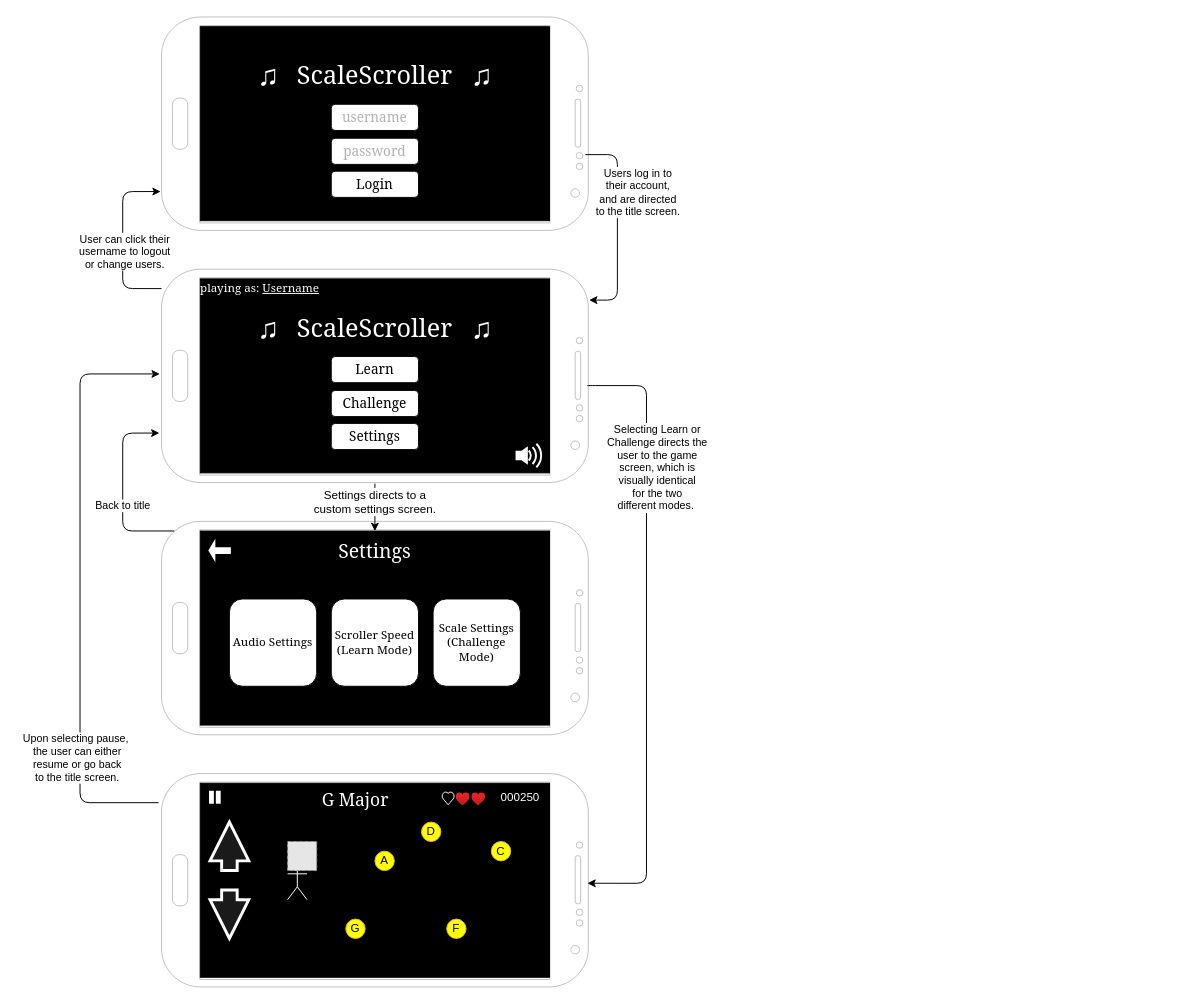
lsteiner9/ScaleScroller keeps this draw.io diagram as docs/work/wireframe.drawio. Above is the earlier version. Source tidied: cells renumbered, new cells numbered last; positions are measured from the earlier drawing's top-left corner, leaving out a move shared by most shapes. Both pictures are drawn from the tidied source at 97%, with x=0, y=0 at pixel (80, 16). Pictures stored in the file or linked from it are replaced by grey dashed boxes.
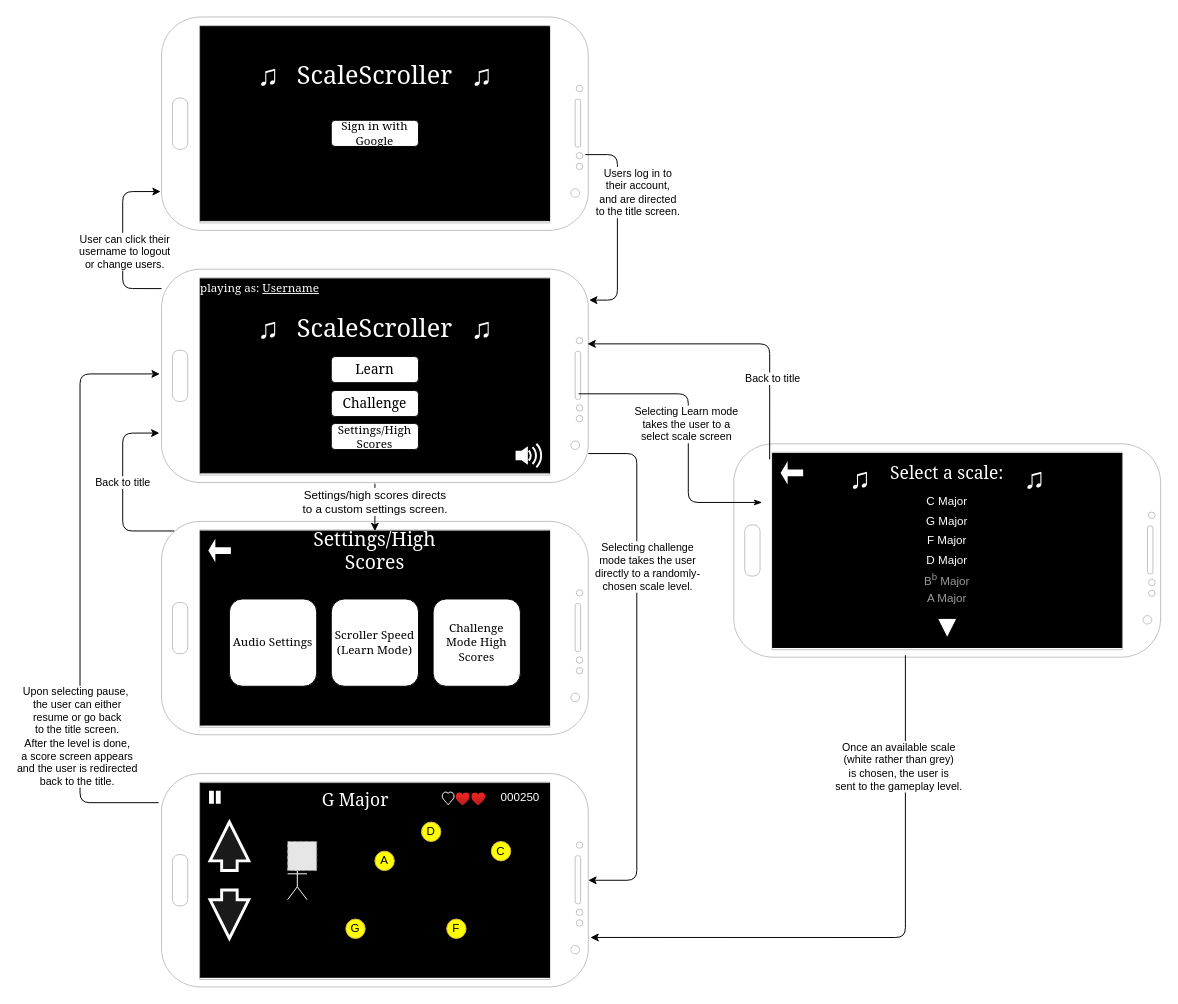
The same diagram, later.

The change refers to these unchanged cells:
```xml
<mxCell id="2" style="group;" parent="1" vertex="1">
  <mxGeometry x="84" y="260" width="440" height="220" as="geometry" />
</mxCell>
<mxCell id="3" style="verticalLabelPosition=bottom;verticalAlign=top;html=1;shadow=0;dashed=0;strokeWidth=1;shape=mxgraph.android.phone2;strokeColor=#c0c0c0;direction=south;" parent="2" vertex="1">
  <mxGeometry width="440" height="220" as="geometry" />
</mxCell>
<mxCell id="17" style="group;" parent="16" vertex="1">
  <mxGeometry width="440" height="220" as="geometry" />
</mxCell>
<mxCell id="26" style="verticalLabelPosition=bottom;verticalAlign=top;html=1;shadow=0;dashed=0;strokeWidth=1;shape=mxgraph.android.phone2;strokeColor=#c0c0c0;direction=south;" parent="25" vertex="1">
  <mxGeometry width="440" height="220" as="geometry" />
</mxCell>
<mxCell id="50" style="group;" parent="48" vertex="1">
  <mxGeometry x="40" y="10" width="360" height="200" as="geometry" />
</mxCell>
<mxCell id="63" style="fontSize=12;html=1;endArrow=none;endFill=0;entryX=0.045;entryY=0.97;entryDx=0;entryDy=0;entryPerimeter=0;edgeStyle=orthogonalEdgeStyle;exitX=0.768;exitY=1.005;exitDx=0;exitDy=0;exitPerimeter=0;startArrow=classic;startFill=1;" parent="1" edge="1" source="3" target="18">
  <mxGeometry relative="1" as="geometry">
    <Array as="points">
      <mxPoint x="44" y="429" />
      <mxPoint x="44" y="530" />
    </Array>
  </mxGeometry>
</mxCell>
<mxCell id="66" style="edgeStyle=orthogonalEdgeStyle;fontSize=12;html=1;endArrow=none;endFill=0;exitX=0.491;exitY=0.995;exitDx=0;exitDy=0;exitPerimeter=0;startArrow=classic;startFill=1;" parent="1" edge="1">
  <mxGeometry relative="1" as="geometry">
    <mxPoint x="82.2" y="368" as="sourcePoint" />
    <mxPoint x="81" y="810" as="targetPoint" />
    <Array as="points">
      <mxPoint y="368" />
      <mxPoint y="810" />
    </Array>
  </mxGeometry>
</mxCell>
```

Diff of the diagram source:
```diff
@@
-    <mxCell id="13" value="&lt;font style=&quot;font-size: 14px&quot; face=&quot;Georgia&quot;&gt;Settings&lt;/font&gt;" style="text;html=1;strokeColor=none;fillColor=none;align=center;verticalAlign=middle;whiteSpace=wrap;rounded=0;" parent="2" vertex="1">
+    <mxCell id="13" value="&lt;font style=&quot;font-size: 12px&quot; face=&quot;Georgia&quot;&gt;Settings/High Scores&lt;/font&gt;" style="text;html=1;strokeColor=none;fillColor=none;align=center;verticalAlign=middle;whiteSpace=wrap;rounded=0;" parent="2" vertex="1">
       <mxGeometry x="170" y="162.5" width="100" height="20" as="geometry" />
     </mxCell>
@@
-    <mxCell id="20" value="&lt;font style=&quot;font-size: 20px&quot; color=&quot;#ffffff&quot; face=&quot;Georgia&quot;&gt;Settings&lt;/font&gt;" style="text;html=1;align=center;verticalAlign=middle;whiteSpace=wrap;rounded=0;" parent="17" vertex="1">
-      <mxGeometry x="140" y="10" width="160" height="40" as="geometry" />
+    <mxCell id="20" value="&lt;font style=&quot;font-size: 20px&quot; color=&quot;#ffffff&quot; face=&quot;Georgia&quot;&gt;Settings/High Scores&lt;/font&gt;" style="text;html=1;align=center;verticalAlign=middle;whiteSpace=wrap;rounded=0;" parent="17" vertex="1">
+      <mxGeometry x="125" y="10" width="190" height="40" as="geometry" />
     </mxCell>
@@
-    <mxCell id="22" value="&lt;span&gt;&lt;font face=&quot;Georgia&quot;&gt;Scale Settings (Challenge Mode)&lt;/font&gt;&lt;/span&gt;" style="rounded=1;whiteSpace=wrap;html=1;" parent="17" vertex="1">
+    <mxCell id="22" value="&lt;span&gt;&lt;font face=&quot;Georgia&quot;&gt;Challenge Mode High Scores&lt;/font&gt;&lt;/span&gt;" style="rounded=1;whiteSpace=wrap;html=1;" parent="17" vertex="1">
       <mxGeometry x="280" y="80" width="90" height="90" as="geometry" />
     </mxCell>
@@
-    <mxCell id="55" style="rounded=1;whiteSpace=wrap;html=1;" parent="50" vertex="1">
-      <mxGeometry x="135" y="80" width="90" height="27" as="geometry" />
-    </mxCell>
-    <mxCell id="56" style="rounded=1;whiteSpace=wrap;html=1;" parent="50" vertex="1">
-      <mxGeometry x="135" y="115" width="90" height="27" as="geometry" />
-    </mxCell>
     <mxCell id="57" style="rounded=1;whiteSpace=wrap;html=1;" parent="50" vertex="1">
-      <mxGeometry x="135" y="149" width="90" height="27" as="geometry" />
+      <mxGeometry x="135" y="96.5" width="90" height="27" as="geometry" />
     </mxCell>
-    <mxCell id="58" value="&lt;font style=&quot;font-size: 14px&quot; face=&quot;Georgia&quot; color=&quot;#b3b3b3&quot;&gt;username&lt;/font&gt;" style="text;html=1;strokeColor=none;fillColor=none;align=center;verticalAlign=middle;whiteSpace=wrap;rounded=0;" parent="50" vertex="1">
-      <mxGeometry x="130" y="83.5" width="100" height="20" as="geometry" />
-    </mxCell>
-    <mxCell id="59" value="&lt;font face=&quot;Georgia&quot; color=&quot;#b3b3b3&quot;&gt;&lt;span style=&quot;font-size: 14px&quot;&gt;password&lt;/span&gt;&lt;/font&gt;" style="text;html=1;strokeColor=none;fillColor=none;align=center;verticalAlign=middle;whiteSpace=wrap;rounded=0;" parent="50" vertex="1">
-      <mxGeometry x="130" y="118.5" width="100" height="20" as="geometry" />
-    </mxCell>
-    <mxCell id="60" value="&lt;font style=&quot;font-size: 14px&quot; face=&quot;Georgia&quot;&gt;Login&lt;/font&gt;" style="text;html=1;strokeColor=none;fillColor=none;align=center;verticalAlign=middle;whiteSpace=wrap;rounded=0;" parent="50" vertex="1">
-      <mxGeometry x="130" y="152.5" width="100" height="20" as="geometry" />
+    <mxCell id="60" value="&lt;font style=&quot;font-size: 12px&quot; face=&quot;Georgia&quot;&gt;Sign in with Google&lt;/font&gt;" style="text;html=1;strokeColor=none;fillColor=none;align=center;verticalAlign=middle;whiteSpace=wrap;rounded=0;" parent="50" vertex="1">
+      <mxGeometry x="130" y="100" width="100" height="20" as="geometry" />
     </mxCell>
@@
     <mxCell id="64" value="&lt;font color=&quot;#000000&quot;&gt;Back to title&lt;/font&gt;" style="edgeLabel;html=1;align=center;verticalAlign=middle;fontColor=#FFFFFF;" parent="63" vertex="1">
-      <mxGeometry x="0.17" y="-1" relative="1" as="geometry" />
+      <mxGeometry x="0.17" y="-1" relative="1" as="geometry">
+        <mxPoint y="-23.2" as="offset" />
+      </mxGeometry>
     </mxCell>
-    <mxCell id="65" value="Settings directs to a &lt;br&gt;custom settings screen." style="fontSize=12;html=1;endArrow=none;endFill=0;entryX=1.005;entryY=0.5;entryDx=0;entryDy=0;entryPerimeter=0;exitX=0.5;exitY=0;exitDx=0;exitDy=0;startArrow=classic;startFill=1;" parent="1" edge="1" source="20" target="3">
+    <mxCell id="65" value="Settings/high scores directs&lt;br&gt;to a custom settings screen." style="fontSize=12;html=1;endArrow=none;endFill=0;entryX=1.005;entryY=0.5;entryDx=0;entryDy=0;entryPerimeter=0;exitX=0.5;exitY=0;exitDx=0;exitDy=0;startArrow=classic;startFill=1;" parent="1" edge="1" source="20" target="3">
       <mxGeometry x="0.23" relative="1" as="geometry" />
     </mxCell>
@@
-    <mxCell id="67" value="&lt;font color=&quot;#000000&quot;&gt;Upon selecting pause,&amp;nbsp;&lt;br&gt;the user can either&lt;br&gt;resume or go back&lt;br&gt;to the title screen.&lt;br&gt;&lt;/font&gt;" style="edgeLabel;html=1;align=center;verticalAlign=middle;fontColor=#FFFFFF;" parent="66" vertex="1">
-      <mxGeometry x="0.58" y="-4" relative="1" as="geometry" />
+    <mxCell id="67" value="&lt;font color=&quot;#000000&quot;&gt;Upon selecting pause,&amp;nbsp;&lt;br&gt;the user can either&lt;br&gt;resume or go back&lt;br&gt;to the title screen.&lt;br&gt;After the level is done,&lt;br&gt;a score screen appears&lt;br&gt;and the user is redirected&lt;br&gt;back to the title.&lt;br&gt;&lt;/font&gt;" style="edgeLabel;html=1;align=center;verticalAlign=middle;fontColor=#FFFFFF;" parent="66" vertex="1">
+      <mxGeometry x="0.58" y="-4" relative="1" as="geometry">
+        <mxPoint y="-22.8" as="offset" />
+      </mxGeometry>
     </mxCell>
-    <mxCell id="68" style="edgeStyle=orthogonalEdgeStyle;fontSize=12;html=1;endArrow=classic;endFill=1;entryX=0.514;entryY=0.002;entryDx=0;entryDy=0;entryPerimeter=0;" parent="1" edge="1" target="26">
-      <mxGeometry relative="1" as="geometry">
-        <mxPoint x="523" y="380" as="sourcePoint" />
-        <Array as="points">
-          <mxPoint x="526" y="380" />
-          <mxPoint x="584" y="380" />
-          <mxPoint x="584" y="893" />
-        </Array>
-      </mxGeometry>
-    </mxCell>
-    <mxCell id="69" value="&lt;font color=&quot;#000000&quot;&gt;Selecting Learn or&lt;br&gt;Challenge directs the&lt;br&gt;user to the game&lt;br&gt;screen, which is &lt;br&gt;visually identical&lt;br&gt;for the two &lt;br&gt;different modes.&amp;nbsp;&lt;/font&gt;" style="edgeLabel;html=1;align=center;verticalAlign=middle;fontColor=#FFFFFF;" parent="68" vertex="1">
-      <mxGeometry x="-0.73" y="-3" relative="1" as="geometry">
-        <mxPoint x="13" y="59.2" as="offset" />
-      </mxGeometry>
-    </mxCell>
@@
+    <mxCell id="72" style="group;" parent="1" vertex="1">
+      <mxGeometry x="674" y="440" width="440" height="250" as="geometry" />
+    </mxCell>
+    <mxCell id="73" style="verticalLabelPosition=bottom;verticalAlign=top;html=1;shadow=0;dashed=0;strokeWidth=1;shape=mxgraph.android.phone2;strokeColor=#c0c0c0;direction=south;" parent="72" vertex="1">
+      <mxGeometry width="440" height="220" as="geometry" />
+    </mxCell>
+    <mxCell id="74" style="group;" parent="72" vertex="1">
+      <mxGeometry x="40" y="10" width="360" height="240" as="geometry" />
+    </mxCell>
+    <mxCell id="75" style="rounded=0;whiteSpace=wrap;html=1;fillColor=#000000;" parent="74" vertex="1">
+      <mxGeometry width="360" height="200" as="geometry" />
+    </mxCell>
+    <mxCell id="76" value="&lt;font style=&quot;font-size: 18px&quot; color=&quot;#ffffff&quot; face=&quot;Georgia&quot;&gt;Select a scale:&lt;/font&gt;" style="text;html=1;align=center;verticalAlign=middle;whiteSpace=wrap;rounded=0;" parent="74" vertex="1">
+      <mxGeometry x="100" width="160" height="40" as="geometry" />
+    </mxCell>
+    <mxCell id="77" value="&lt;font color=&quot;#ffffff&quot;&gt;C Major&lt;/font&gt;" style="text;html=1;strokeColor=none;fillColor=none;align=center;verticalAlign=middle;whiteSpace=wrap;rounded=0;" parent="74" vertex="1">
+      <mxGeometry x="150" y="40" width="60" height="20" as="geometry" />
+    </mxCell>
+    <mxCell id="78" value="&lt;font color=&quot;#999999&quot;&gt;A Major&lt;/font&gt;" style="text;html=1;strokeColor=none;fillColor=none;align=center;verticalAlign=middle;whiteSpace=wrap;rounded=0;" parent="74" vertex="1">
+      <mxGeometry x="150" y="140" width="60" height="20" as="geometry" />
+    </mxCell>
+    <mxCell id="79" value="&lt;font color=&quot;#ffffff&quot;&gt;D Major&lt;/font&gt;" style="text;html=1;strokeColor=none;fillColor=none;align=center;verticalAlign=middle;whiteSpace=wrap;rounded=0;" parent="74" vertex="1">
+      <mxGeometry x="150" y="100" width="60" height="20" as="geometry" />
+    </mxCell>
+    <mxCell id="80" value="&lt;font color=&quot;#ffffff&quot;&gt;F Major&lt;/font&gt;" style="text;html=1;strokeColor=none;fillColor=none;align=center;verticalAlign=middle;whiteSpace=wrap;rounded=0;" parent="74" vertex="1">
+      <mxGeometry x="150" y="80" width="60" height="20" as="geometry" />
+    </mxCell>
+    <mxCell id="81" value="&lt;font color=&quot;#ffffff&quot;&gt;G Major&lt;/font&gt;" style="text;html=1;strokeColor=none;fillColor=none;align=center;verticalAlign=middle;whiteSpace=wrap;rounded=0;" parent="74" vertex="1">
+      <mxGeometry x="150" y="60" width="60" height="20" as="geometry" />
+    </mxCell>
+    <mxCell id="82" value="&lt;font color=&quot;#999999&quot;&gt;B&lt;sup&gt;b&lt;/sup&gt; Major&lt;/font&gt;" style="text;html=1;strokeColor=none;fillColor=none;align=center;verticalAlign=middle;whiteSpace=wrap;rounded=0;" parent="74" vertex="1">
+      <mxGeometry x="150" y="120" width="60" height="20" as="geometry" />
+    </mxCell>
+    <mxCell id="83" style="html=1;shadow=0;dashed=0;align=center;verticalAlign=middle;shape=mxgraph.arrows2.arrow;dy=0.6;dx=40;direction=south;notch=0;" parent="74" vertex="1">
+      <mxGeometry x="170" y="170" width="20" height="20" as="geometry" />
+    </mxCell>
+    <mxCell id="84" style="shape=singleArrow;direction=west;whiteSpace=wrap;html=1;sketch=0;strokeColor=#FFFFFF;strokeWidth=3;fillColor=#ffffff;fontColor=#FFFFFF;" parent="74" vertex="1">
+      <mxGeometry x="10" y="13.4" width="20" height="13.3" as="geometry" />
+    </mxCell>
+    <mxCell id="85" value="&lt;font style=&quot;font-size: 30px&quot;&gt;♫&lt;/font&gt;" style="text;html=1;align=center;verticalAlign=middle;fontColor=#FFFFFF;" parent="74" vertex="1">
+      <mxGeometry x="70" y="10" width="40" height="30" as="geometry" />
+    </mxCell>
+    <mxCell id="86" value="&lt;font style=&quot;font-size: 30px&quot;&gt;♫&lt;/font&gt;" style="text;html=1;align=center;verticalAlign=middle;fontColor=#FFFFFF;" parent="74" vertex="1">
+      <mxGeometry x="250" y="10" width="40" height="30" as="geometry" />
+    </mxCell>
+    <mxCell id="87" style="edgeStyle=orthogonalEdgeStyle;fontSize=12;html=1;endArrow=none;endFill=0;exitX=0.35;exitY=0.002;exitDx=0;exitDy=0;exitPerimeter=0;entryX=0.073;entryY=0.916;entryDx=0;entryDy=0;startArrow=classic;startFill=1;entryPerimeter=0;" parent="1" edge="1" source="3" target="73">
+      <mxGeometry relative="1" as="geometry">
+        <Array as="points">
+          <mxPoint x="711" y="337" />
+        </Array>
+      </mxGeometry>
+    </mxCell>
+    <mxCell id="88" value="Back to title" style="edgeLabel;html=1;align=center;verticalAlign=middle;" parent="87" vertex="1">
+      <mxGeometry x="0.37" y="-27" relative="1" as="geometry">
+        <mxPoint x="30" y="13.4" as="offset" />
+      </mxGeometry>
+    </mxCell>
+    <mxCell id="89" style="edgeStyle=orthogonalEdgeStyle;fontSize=12;html=1;endArrow=classicThin;endFill=1;entryX=0.264;entryY=0.918;entryDx=0;entryDy=0;entryPerimeter=0;exitX=0.573;exitY=0.007;exitDx=0;exitDy=0;exitPerimeter=0;" parent="1" edge="1">
+      <mxGeometry relative="1" as="geometry">
+        <mxPoint x="514" y="388.5" as="sourcePoint" />
+        <mxPoint x="703.2" y="500.5" as="targetPoint" />
+        <Array as="points">
+          <mxPoint x="627.1" y="388.4" />
+          <mxPoint x="627.1" y="500.4" />
+        </Array>
+      </mxGeometry>
+    </mxCell>
+    <mxCell id="90" value="Selecting Learn mode &lt;br&gt;takes the user to a&lt;br&gt;select scale screen" style="edgeLabel;html=1;align=center;verticalAlign=middle;" parent="89" vertex="1">
+      <mxGeometry x="-0.45" y="-19" relative="1" as="geometry">
+        <mxPoint x="27" y="11.5" as="offset" />
+      </mxGeometry>
+    </mxCell>
+    <mxCell id="91" style="edgeStyle=orthogonalEdgeStyle;fontSize=12;html=1;endArrow=none;startArrow=classic;exitX=0.768;exitY=-0.005;exitDx=0;exitDy=0;exitPerimeter=0;entryX=0.991;entryY=0.598;entryDx=0;entryDy=0;entryPerimeter=0;startFill=1;endFill=0;" parent="1" edge="1" source="26" target="73">
+      <mxGeometry relative="1" as="geometry" />
+    </mxCell>
+    <mxCell id="92" value="Once an available scale&lt;br&gt;(white rather than grey)&lt;br&gt;is chosen, the user is&lt;br&gt;sent to the gameplay level." style="edgeLabel;html=1;align=center;verticalAlign=middle;" parent="91" vertex="1">
+      <mxGeometry x="0.83" y="2" relative="1" as="geometry">
+        <mxPoint x="-4.9" y="61.3" as="offset" />
+      </mxGeometry>
+    </mxCell>
+    <mxCell id="93" style="edgeStyle=orthogonalEdgeStyle;fontSize=12;html=1;endArrow=none;startArrow=classic;entryX=0.864;entryY=0;entryDx=0;entryDy=0;entryPerimeter=0;startFill=1;endFill=0;" parent="1" edge="1" source="26" target="3">
+      <mxGeometry relative="1" as="geometry">
+        <Array as="points">
+          <mxPoint x="574" y="890" />
+          <mxPoint x="574" y="450" />
+        </Array>
+      </mxGeometry>
+    </mxCell>
+    <mxCell id="94" value="Selecting challenge&lt;br&gt;mode takes the user&lt;br&gt;directly to a randomly-&lt;br&gt;chosen scale level." style="edgeLabel;html=1;align=center;verticalAlign=middle;" parent="93" vertex="1">
+      <mxGeometry x="0.21" relative="1" as="geometry">
+        <mxPoint x="10" y="-47" as="offset" />
+      </mxGeometry>
+    </mxCell>
```
